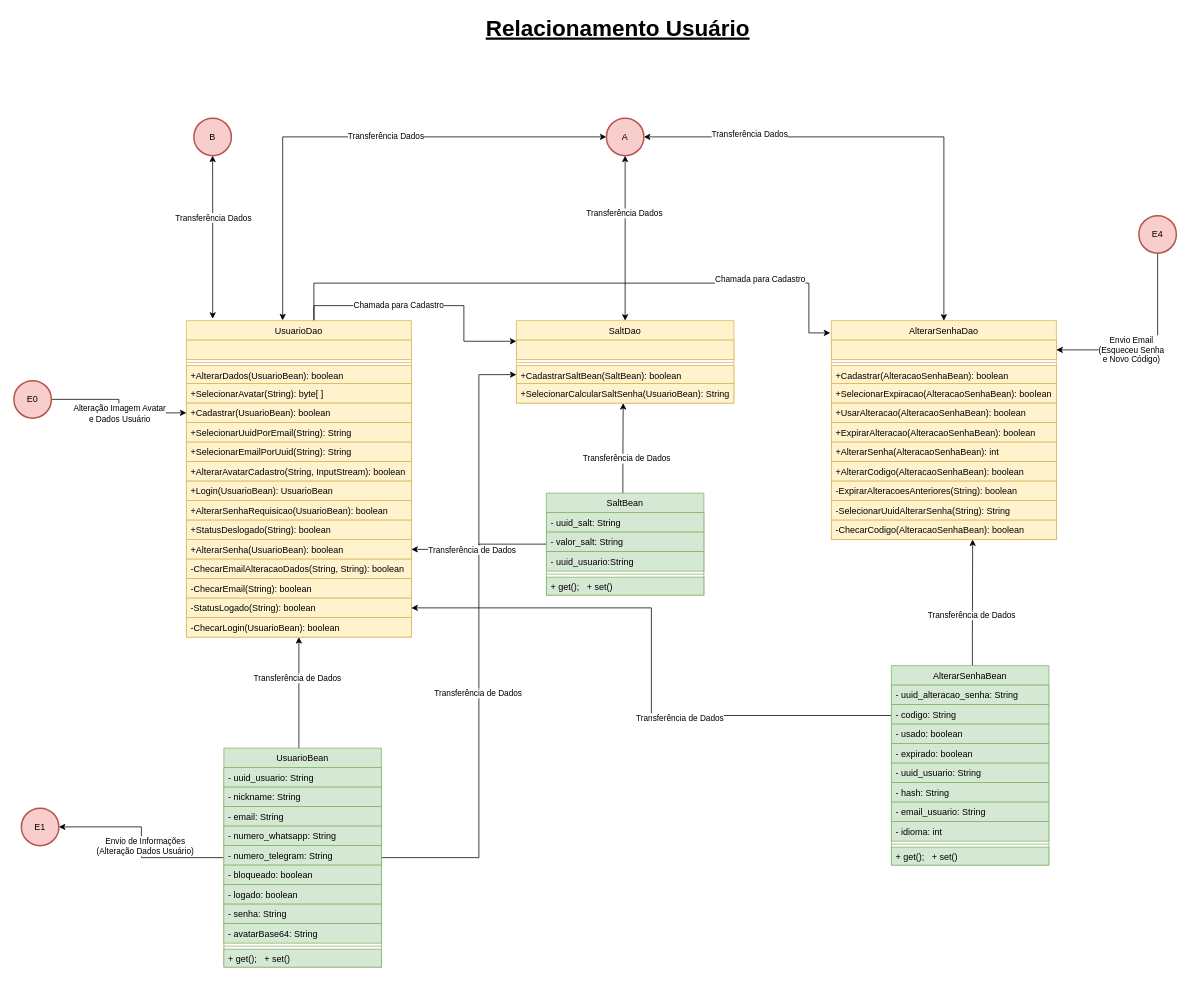
This is page "Relacionamento Usuário" (3 of 7) of TCC/Classes.drawio from CSFelix/UML, a draw.io file, before an edit. Source tidied: cells renumbered, new cells numbered last; positions are measured from the earlier drawing's top-left corner, leaving out a move shared by most shapes. Both pictures are drawn from the tidied source at 75%, with x=0, y=0 at pixel (14, 13).
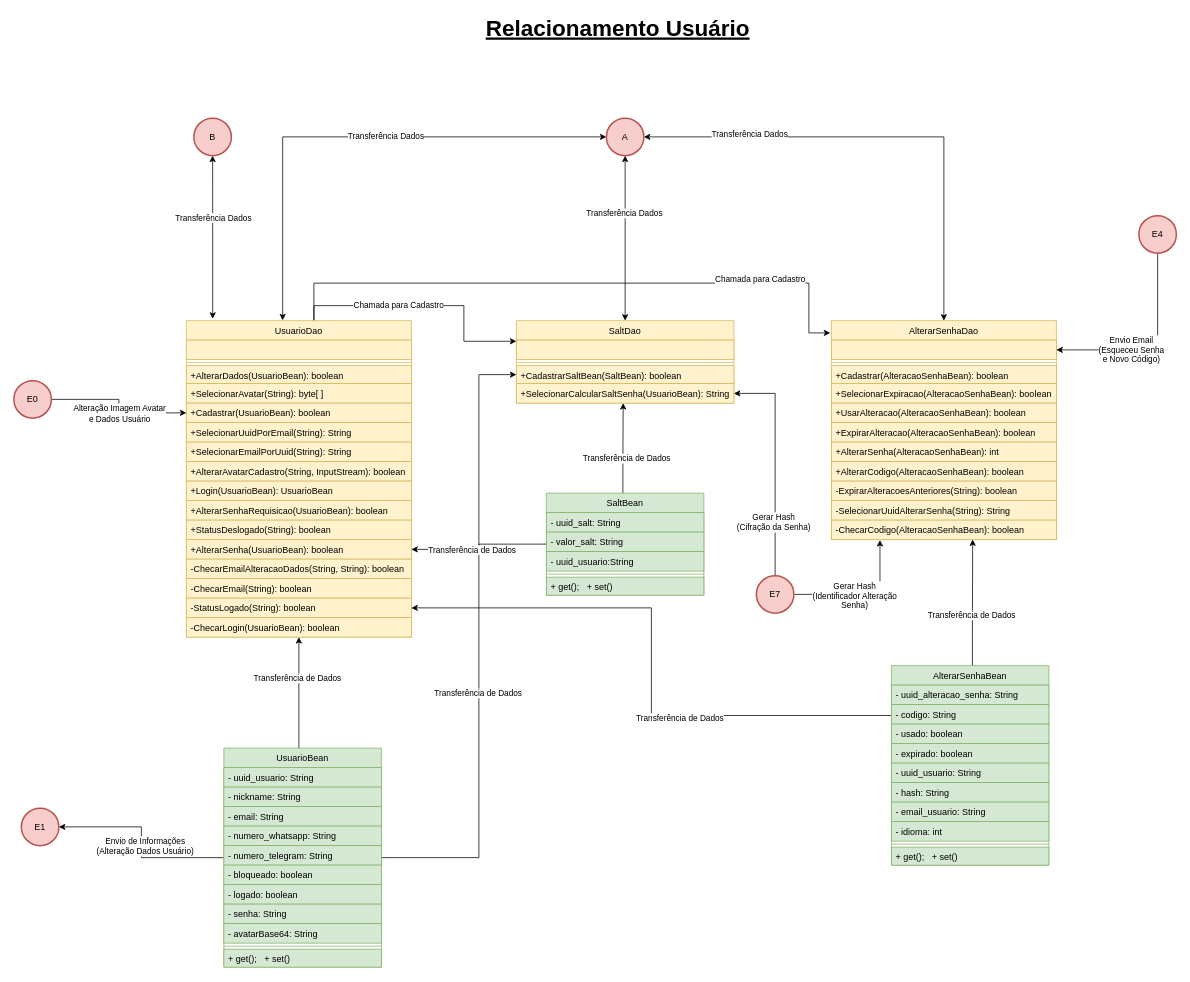
The same diagram, later.

Unchanged cells that the change refers to:
```xml
<mxCell id="52" value="+SelecionarCalcularSaltSenha(UsuarioBean): String" style="text;align=left;verticalAlign=top;spacingLeft=4;spacingRight=4;overflow=hidden;points=[[0,0.5],[1,0.5]];portConstraint=eastwest;rounded=0;shadow=0;html=0;fillColor=#fff2cc;strokeColor=#d6b656;" parent="48" vertex="1">
  <mxGeometry y="84" width="290" height="26" as="geometry" />
</mxCell>
<mxCell id="66" value="-ChecarCodigo(AlteracaoSenhaBean): boolean" style="text;align=left;verticalAlign=top;spacingLeft=4;spacingRight=4;overflow=hidden;points=[[0,0.5],[1,0.5]];portConstraint=eastwest;rounded=0;shadow=0;html=0;fillColor=#fff2cc;strokeColor=#d6b656;" parent="55" vertex="1">
  <mxGeometry y="266" width="300" height="26" as="geometry" />
</mxCell>
```

The edit, as a diff of the source:
```diff
@@
+    <mxCell id="101" style="edgeStyle=orthogonalEdgeStyle;rounded=0;jettySize=auto;html=1;" parent="1" edge="1" source="105" target="52">
+      <mxGeometry relative="1" as="geometry" />
+    </mxCell>
+    <mxCell id="102" value="Gerar Hash&lt;br&gt;(Cifração da Senha)" style="edgeLabel;html=1;align=center;verticalAlign=middle;" parent="101" vertex="1">
+      <mxGeometry x="-0.52" y="3" relative="1" as="geometry" />
+    </mxCell>
+    <mxCell id="103" style="edgeStyle=orthogonalEdgeStyle;rounded=0;jettySize=auto;html=1;exitX=1;exitY=0.5;exitDx=0;exitDy=0;exitPerimeter=0;entryX=0.216;entryY=1.023;entryDx=0;entryDy=0;entryPerimeter=0;" parent="1" edge="1" source="105" target="66">
+      <mxGeometry relative="1" as="geometry" />
+    </mxCell>
+    <mxCell id="104" value="Gerar Hash&lt;br&gt;(Identificador Alteração&lt;br&gt;Senha)" style="edgeLabel;html=1;align=center;verticalAlign=middle;" parent="103" vertex="1">
+      <mxGeometry x="-0.15" y="-1" relative="1" as="geometry" />
+    </mxCell>
+    <mxCell id="105" value="E7" style="strokeWidth=2;html=1;shape=mxgraph.flowchart.start_2;whiteSpace=wrap;fillColor=#f8cecc;strokeColor=#b85450;" parent="1" vertex="1">
+      <mxGeometry x="990" y="750" width="50" height="50" as="geometry" />
+    </mxCell>
```
